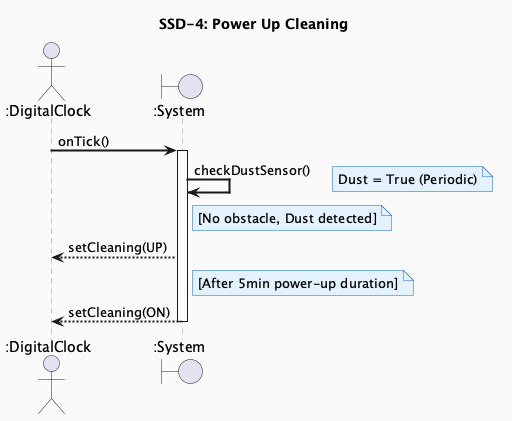
The PlantUML diagram docs/vibe-coding/02-ooa/images/SSD4_PowerUpCleaning.png in OOP-konkuk/CICD-Team7, before a commit.
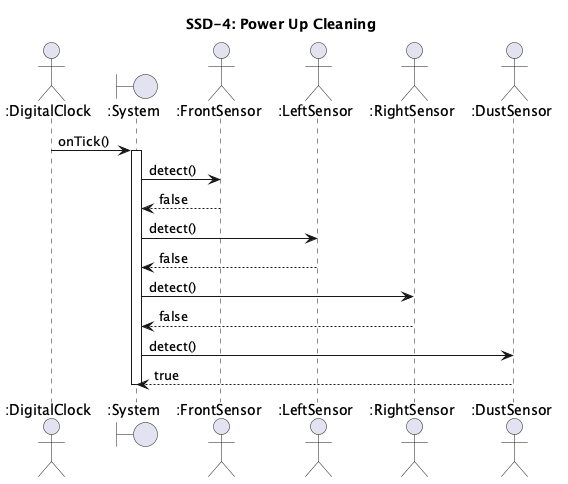
After the change.

Diff of the diagram source:
```diff
@@ -1,26 +1,22 @@
 @startuml SSD4_PowerUpCleaning
-skinparam backgroundColor #FAFAFA
-skinparam sequenceArrowThickness 2
-skinparam sequenceParticipantBackgroundColor #FFFDE7
-skinparam sequenceParticipantBorderColor #F9A825
-skinparam sequenceLifeLineBorderColor #888888
-skinparam noteBackgroundColor #E3F2FD
-skinparam noteBorderColor #1565C0
-
 title SSD-4: Power Up Cleaning
 
 actor ":DigitalClock" as Clock
 boundary ":System" as Sys
+actor ":FrontSensor" as FS
+actor ":LeftSensor" as LS
+actor ":RightSensor" as RS
+actor ":DustSensor" as DS
 
 Clock -> Sys : onTick()
 activate Sys
-Sys -> Sys : checkDustSensor()
-note right : Dust = True (Periodic)
-note right of Sys
-  [No obstacle, Dust detected]
-end note
-Sys --> Clock : setCleaning(UP)
-note right of Sys : [After 5min power-up duration]
-Sys --> Clock : setCleaning(ON)
+Sys -> FS : detect()
+FS --> Sys : false
+Sys -> LS : detect()
+LS --> Sys : false
+Sys -> RS : detect()
+RS --> Sys : false
+Sys -> DS : detect()
+DS --> Sys : true
 deactivate Sys
 @enduml
```
